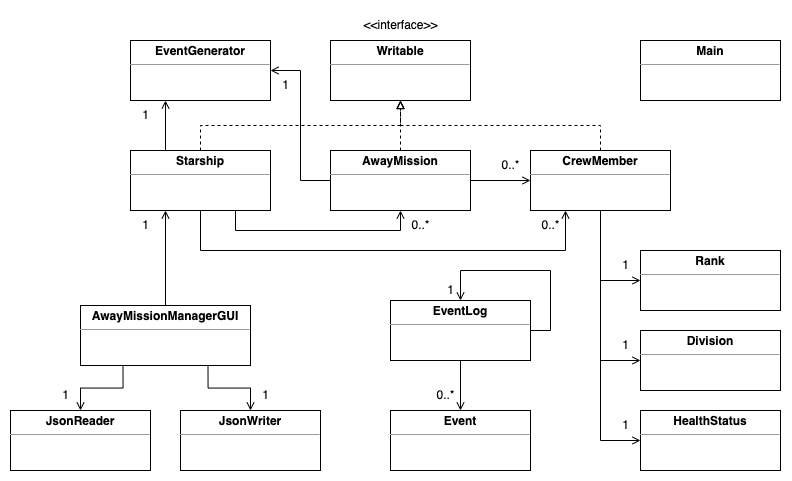
Before: UML_Design_Diagram.png, a diagram exported from draw.io (Christine-Anderson/away-mission-manager). Source tidied: cells renumbered, new cells last; positions are measured from the earlier drawing's top-left corner, leaving out a move shared by most shapes.
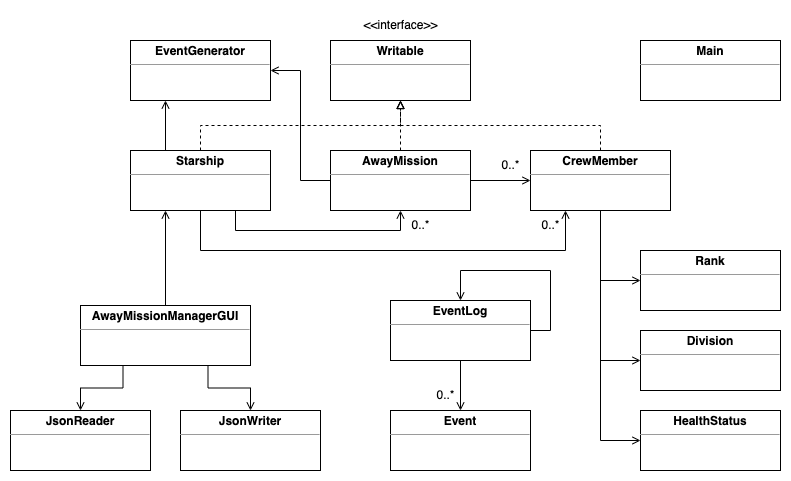
The same diagram one commit later.

Commit message:
added EventGeneratorTest, updated UML and readme to reflect class changes

The edit, as a diff of the source:
```diff
@@ -111,18 +111,6 @@
     <mxCell id="32" value="0..*" style="text;html=1;align=center;verticalAlign=middle;strokeColor=none;fillColor=none;" parent="1" vertex="1">
       <mxGeometry x="415" y="370" width="40" height="30" as="geometry" />
     </mxCell>
-    <mxCell id="33" value="1" style="text;html=1;align=center;verticalAlign=middle;strokeColor=none;fillColor=none;" parent="1" vertex="1">
-      <mxGeometry x="425" y="265" width="30" height="30" as="geometry" />
-    </mxCell>
-    <mxCell id="34" value="1" style="text;html=1;align=center;verticalAlign=middle;strokeColor=none;fillColor=none;" parent="1" vertex="1">
-      <mxGeometry x="600" y="240" width="30" height="30" as="geometry" />
-    </mxCell>
-    <mxCell id="35" value="1" style="text;html=1;align=center;verticalAlign=middle;strokeColor=none;fillColor=none;" parent="1" vertex="1">
-      <mxGeometry x="600" y="320" width="30" height="30" as="geometry" />
-    </mxCell>
-    <mxCell id="36" value="1" style="text;html=1;align=center;verticalAlign=middle;strokeColor=none;fillColor=none;" parent="1" vertex="1">
-      <mxGeometry x="600" y="400" width="30" height="30" as="geometry" />
-    </mxCell>
     <mxCell id="37" value="0..*" style="text;html=1;align=center;verticalAlign=middle;strokeColor=none;fillColor=none;" parent="1" vertex="1">
       <mxGeometry x="480" y="140" width="40" height="30" as="geometry" />
     </mxCell>
@@ -132,23 +120,8 @@
     <mxCell id="39" value="0..*" style="text;html=1;align=center;verticalAlign=middle;strokeColor=none;fillColor=none;" parent="1" vertex="1">
       <mxGeometry x="520" y="200" width="40" height="30" as="geometry" />
     </mxCell>
-    <mxCell id="40" value="1" style="text;html=1;align=center;verticalAlign=middle;strokeColor=none;fillColor=none;" parent="1" vertex="1">
-      <mxGeometry x="240" y="370" width="30" height="30" as="geometry" />
-    </mxCell>
-    <mxCell id="41" value="1" style="text;html=1;align=center;verticalAlign=middle;strokeColor=none;fillColor=none;" parent="1" vertex="1">
-      <mxGeometry x="40" y="370" width="30" height="30" as="geometry" />
-    </mxCell>
-    <mxCell id="42" value="1" style="text;html=1;align=center;verticalAlign=middle;strokeColor=none;fillColor=none;" parent="1" vertex="1">
-      <mxGeometry x="120" y="200" width="30" height="30" as="geometry" />
-    </mxCell>
     <mxCell id="43" value="&lt;p style=&quot;margin:0px;margin-top:4px;text-align:center;&quot;&gt;&lt;b&gt;EventGenerator&lt;/b&gt;&lt;/p&gt;&lt;hr size=&quot;1&quot;&gt;&lt;div style=&quot;height:2px;&quot;&gt;&lt;/div&gt;" style="verticalAlign=top;align=left;overflow=fill;fontSize=12;fontFamily=Helvetica;html=1;" parent="1" vertex="1">
       <mxGeometry x="120" y="30" width="140" height="60" as="geometry" />
     </mxCell>
-    <mxCell id="44" value="1" style="text;html=1;align=center;verticalAlign=middle;strokeColor=none;fillColor=none;" parent="1" vertex="1">
-      <mxGeometry x="120" y="90" width="30" height="30" as="geometry" />
-    </mxCell>
-    <mxCell id="45" value="1" style="text;html=1;align=center;verticalAlign=middle;strokeColor=none;fillColor=none;" parent="1" vertex="1">
-      <mxGeometry x="260" y="60" width="30" height="30" as="geometry" />
-    </mxCell>
   </root>
 </mxGraphModel>
```
